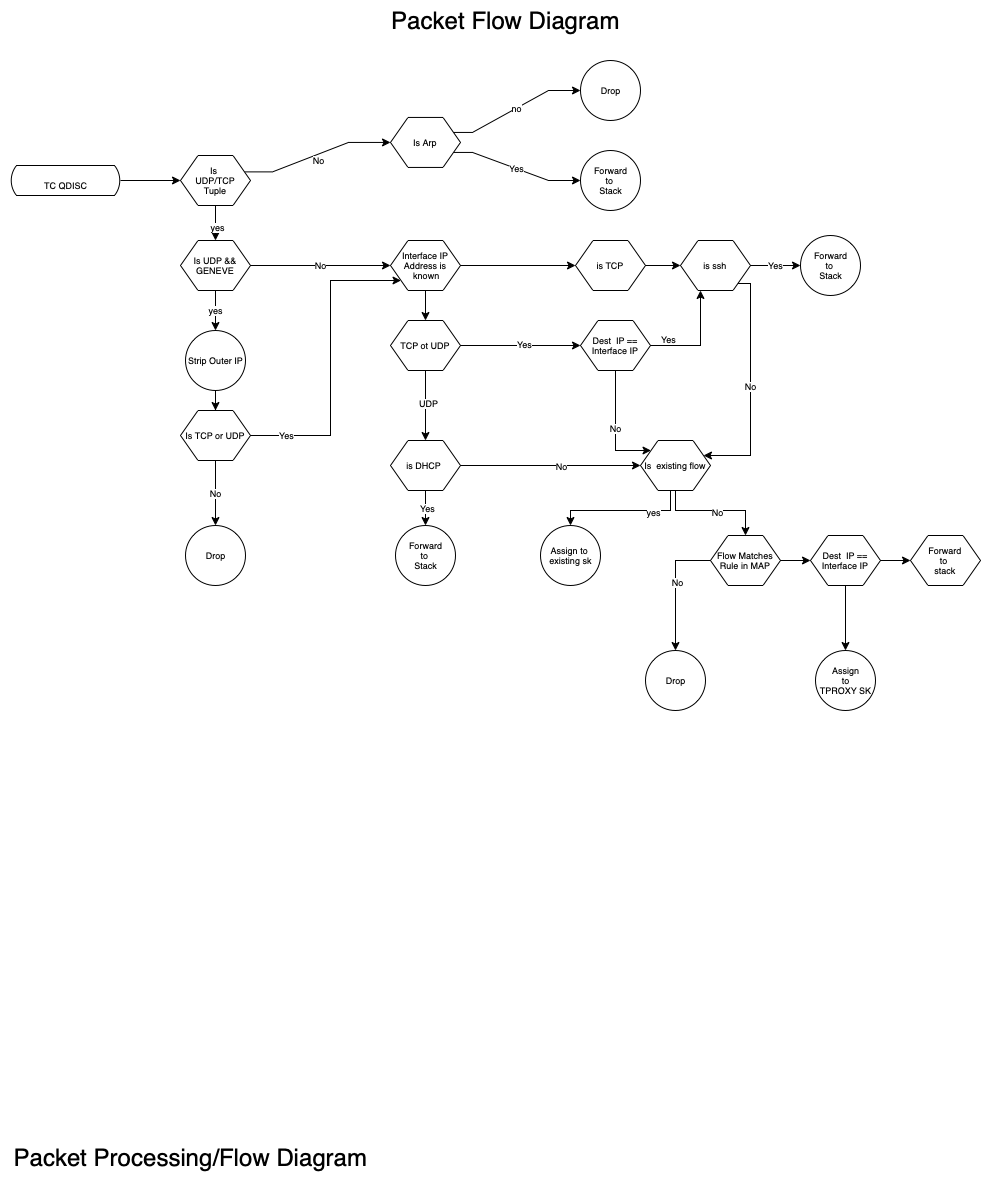
Before: packet-flow.drawio.png, a diagram exported from draw.io (r-caamano/ebpf-tproxy-splicer). Source tidied: cells renumbered, new cells last; positions are measured from the earlier drawing's top-left corner, leaving out a move shared by most shapes.
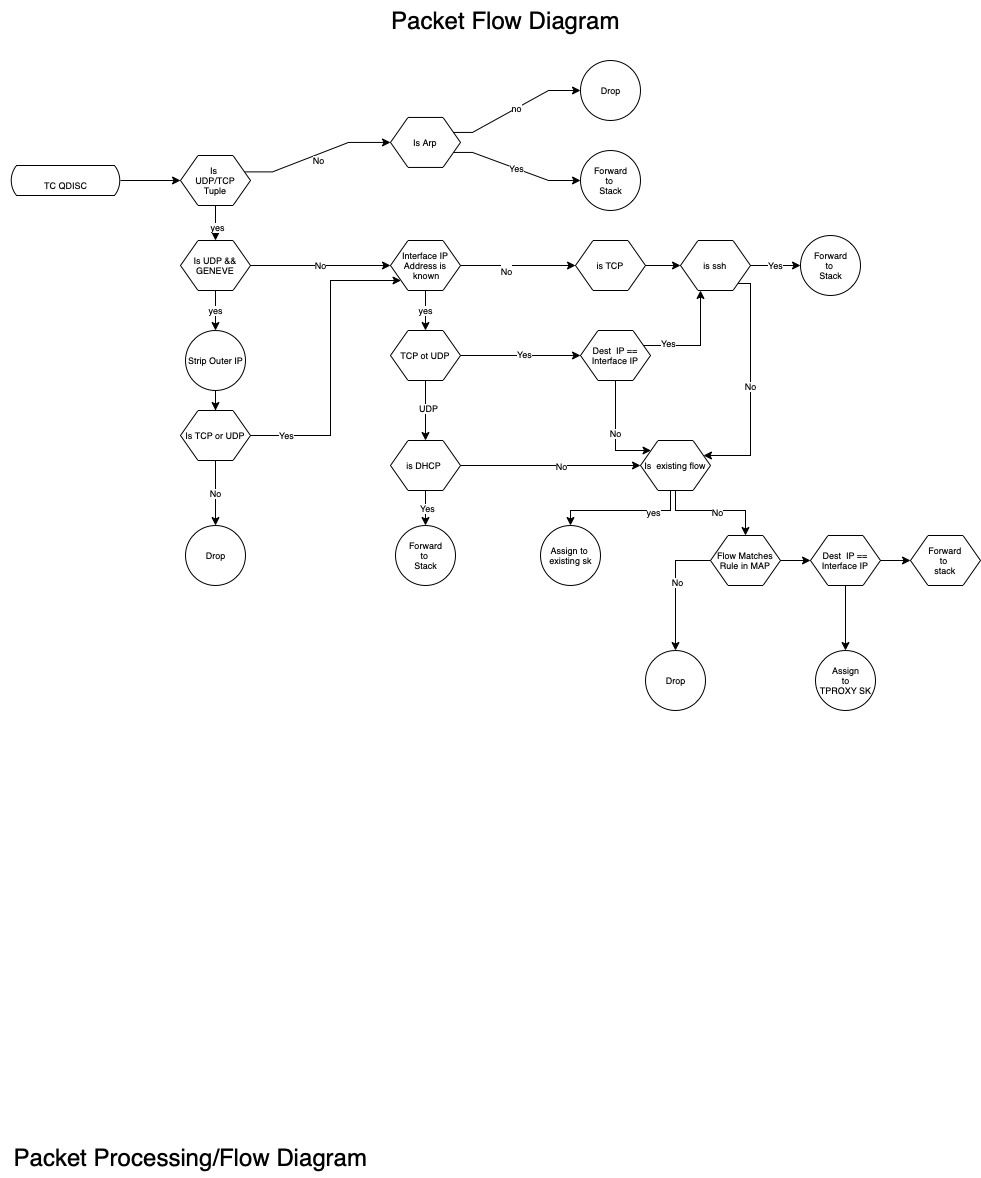
After the change.

Commit message:
fixed missing yes/no in diag

What changed in the source:
```diff
@@ -86,12 +86,12 @@
       <mxGeometry x="0.05" y="2" relative="1" as="geometry" />
     </mxCell>
     <mxCell id="24" value="TCP ot UDP" style="shape=hexagon;perimeter=hexagonPerimeter2;whiteSpace=wrap;html=1;size=0.25;fontSize=9;" parent="1" vertex="1">
-      <mxGeometry x="390" y="320" width="70" height="50" as="geometry" />
+      <mxGeometry x="390" y="330" width="70" height="50" as="geometry" />
     </mxCell>
     <mxCell id="25" value="Forward &lt;br&gt;to &lt;br&gt;Stack" style="shape=ellipse;html=1;dashed=0;whitespace=wrap;perimeter=ellipsePerimeter;fontSize=9;" parent="1" vertex="1">
       <mxGeometry x="395" y="525" width="60" height="60" as="geometry" />
     </mxCell>
-    <mxCell id="26" style="edgeStyle=orthogonalEdgeStyle;rounded=0;jettySize=auto;html=1;fontSize=9;" parent="1" edge="1" source="28" target="24">
+    <mxCell id="26" value="yes" style="edgeStyle=orthogonalEdgeStyle;rounded=0;jettySize=auto;html=1;fontSize=9;" parent="1" edge="1" source="28" target="24">
       <mxGeometry relative="1" as="geometry">
         <Array as="points">
           <mxPoint x="425" y="365" />
@@ -101,6 +101,9 @@
     <mxCell id="27" style="edgeStyle=orthogonalEdgeStyle;rounded=0;jettySize=auto;html=1;fontSize=9;" parent="1" edge="1" source="28" target="34">
       <mxGeometry relative="1" as="geometry" />
     </mxCell>
+    <mxCell id="66" value="&lt;font style=&quot;font-size: 9px;&quot;&gt;No&lt;br&gt;&lt;/font&gt;" style="edgeLabel;html=1;align=center;verticalAlign=middle;fontSize=24;" parent="27" vertex="1">
+      <mxGeometry x="-0.22" relative="1" as="geometry" />
+    </mxCell>
     <mxCell id="28" value="Interface IP Address is&lt;br&gt;&amp;nbsp;known" style="shape=hexagon;perimeter=hexagonPerimeter2;whiteSpace=wrap;html=1;size=0.25;fontSize=9;" parent="1" vertex="1">
       <mxGeometry x="390" y="240" width="70" height="50" as="geometry" />
     </mxCell>
@@ -147,7 +150,7 @@
       </mxGeometry>
     </mxCell>
     <mxCell id="38" value="Dest &amp;nbsp;IP == Interface IP" style="shape=hexagon;perimeter=hexagonPerimeter2;whiteSpace=wrap;html=1;size=0.25;fontSize=9;" parent="1" vertex="1">
-      <mxGeometry x="580" y="320" width="70" height="50" as="geometry" />
+      <mxGeometry x="580" y="330" width="70" height="50" as="geometry" />
     </mxCell>
     <mxCell id="39" style="edgeStyle=orthogonalEdgeStyle;rounded=0;jettySize=auto;html=1;fontSize=9;" parent="1" edge="1" source="43" target="54">
       <mxGeometry relative="1" as="geometry">
```
